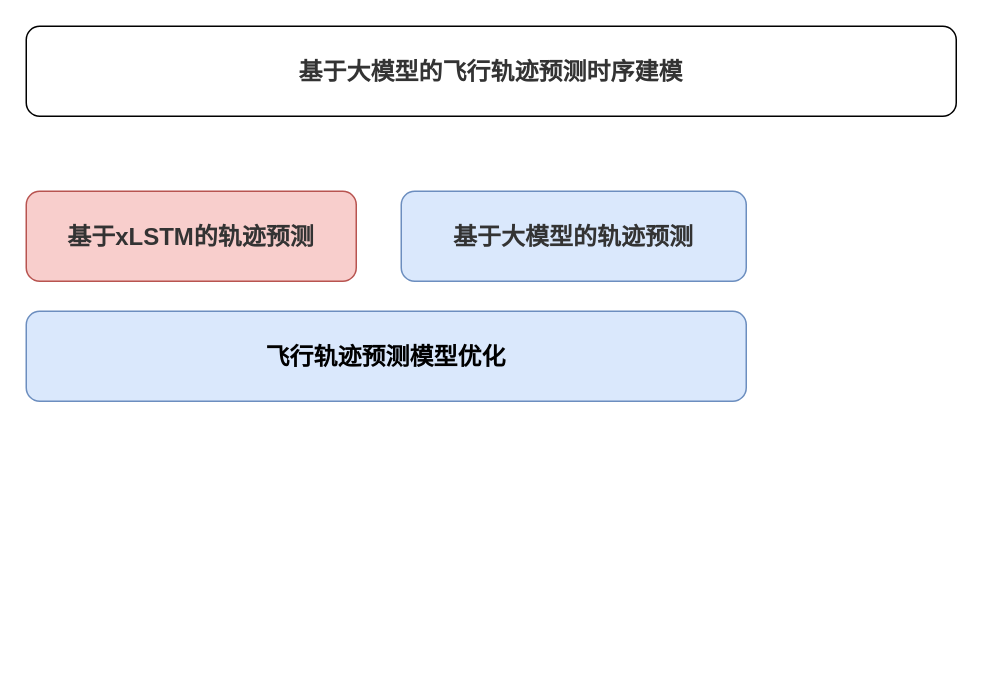
The draw.io diagram 未命名绘图.drawio in MMMayongtian/myDraw, before the edit. Source tidied: cells renumbered, new cells numbered last; positions are measured from the earlier drawing's top-left corner, leaving out a move shared by most shapes. Both pictures are drawn from the tidied source at 150%, with x=0, y=0 at pixel (26, 26).
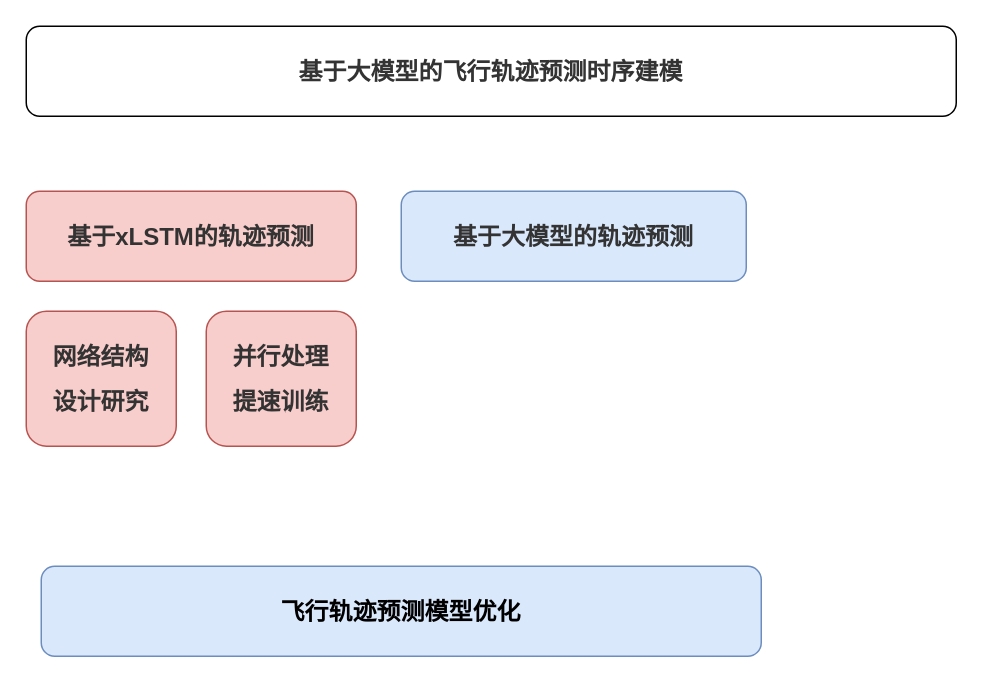
After the change.

Commit message (it also covers changes not shown here):
更新未命名绘图.drawio

Diff of the diagram source:
```diff
@@
 <mxGraphModel>
   <root>
     <mxCell id="0" />
     <mxCell id="1" parent="0" />
     <mxCell id="2" value="&lt;div style=&quot;font-size: medium; text-align: start;&quot;&gt;&lt;/div&gt;&lt;div style=&quot;font-size: medium; text-align: start;&quot; class=&quot;document&quot;&gt;&lt;div class=&quot;section&quot;&gt;&lt;p style=&quot;margin: 0pt; text-align: justify; font-family: 等线; font-size: 12pt; line-height: 22pt;&quot; class=&quot;paragraph text-align-type-justify&quot;&gt;&lt;span style=&quot;font-size: 12pt; font-family: 宋体; font-weight: bold; color: rgb(51, 51, 51); letter-spacing: 0pt; vertical-align: baseline;&quot;&gt;基于大模型的飞行轨迹预测时序建模&lt;/span&gt;&lt;/p&gt;&lt;/div&gt;&lt;/div&gt;" style="rounded=1;whiteSpace=wrap;html=1;" parent="1" vertex="1">
       <mxGeometry width="620" height="60" as="geometry" />
     </mxCell>
     <mxCell id="3" value="&lt;div style=&quot;font-size: medium; text-align: start;&quot;&gt;&lt;/div&gt;&lt;div style=&quot;font-size: medium; text-align: start;&quot; class=&quot;document&quot;&gt;&lt;div class=&quot;section&quot;&gt;&lt;p style=&quot;margin: 0pt; text-align: justify; font-family: 等线; font-size: 12pt; line-height: 22pt;&quot; class=&quot;paragraph text-align-type-justify&quot;&gt;&lt;span style=&quot;font-size: 12pt; font-family: 宋体; font-weight: bold; color: rgb(51, 51, 51); background-image: initial; background-position: initial; background-size: initial; background-repeat: initial; background-attachment: initial; background-origin: initial; background-clip: initial; letter-spacing: 0pt; vertical-align: baseline;&quot;&gt;基于xLSTM的轨迹预测&lt;/span&gt;&lt;/p&gt;&lt;/div&gt;&lt;/div&gt;" style="rounded=1;whiteSpace=wrap;html=1;fillColor=#f8cecc;strokeColor=#b85450;" parent="1" vertex="1">
       <mxGeometry y="110" width="220" height="60" as="geometry" />
     </mxCell>
     <mxCell id="4" value="&lt;span style=&quot;color: rgb(51, 51, 51); font-family: 宋体; font-size: 16px; font-weight: 700; text-align: justify;&quot;&gt;基于大模型的轨迹预测&lt;/span&gt;" style="rounded=1;whiteSpace=wrap;html=1;fillColor=#dae8fc;strokeColor=#6c8ebf;" parent="1" vertex="1">
       <mxGeometry x="250" y="110" width="230" height="60" as="geometry" />
     </mxCell>
     <mxCell id="5" value="&lt;div style=&quot;font-size: medium; text-align: start;&quot;&gt;&lt;/div&gt;&lt;div style=&quot;font-size: medium; text-align: start;&quot; class=&quot;document&quot;&gt;&lt;div class=&quot;section&quot;&gt;&lt;p style=&quot;margin: 0pt; text-align: justify; font-family: 等线; font-size: 12pt; line-height: 22pt;&quot; class=&quot;paragraph text-align-type-justify&quot;&gt;&lt;span style=&quot;font-size: 12pt; font-family: 宋体; font-weight: bold; letter-spacing: 0pt; vertical-align: baseline;&quot;&gt;飞行轨迹预测模型优化&lt;/span&gt;&lt;/p&gt;&lt;/div&gt;&lt;/div&gt;" style="rounded=1;whiteSpace=wrap;html=1;fillColor=#dae8fc;strokeColor=#6c8ebf;" parent="1" vertex="1">
-      <mxGeometry y="190" width="480" height="60" as="geometry" />
+      <mxGeometry x="10" y="360" width="480" height="60" as="geometry" />
     </mxCell>
+    <mxCell id="6" value="&lt;div style=&quot;font-size: medium; text-align: start;&quot;&gt;&lt;/div&gt;&lt;div style=&quot;font-size: medium; text-align: start;&quot; class=&quot;document&quot;&gt;&lt;div class=&quot;section&quot;&gt;&lt;p style=&quot;margin: 0pt; text-align: justify; font-size: 12pt; line-height: 22pt;&quot; class=&quot;paragraph text-align-type-justify&quot;&gt;&lt;font face=&quot;宋体&quot; color=&quot;#333333&quot;&gt;&lt;b&gt;网络结构&lt;/b&gt;&lt;/font&gt;&lt;/p&gt;&lt;p style=&quot;margin: 0pt; text-align: justify; font-size: 12pt; line-height: 22pt;&quot; class=&quot;paragraph text-align-type-justify&quot;&gt;&lt;font face=&quot;宋体&quot; color=&quot;#333333&quot;&gt;&lt;b&gt;设计研究&lt;/b&gt;&lt;/font&gt;&lt;/p&gt;&lt;/div&gt;&lt;/div&gt;" style="rounded=1;whiteSpace=wrap;html=1;fillColor=#f8cecc;strokeColor=#b85450;" parent="1" vertex="1">
+      <mxGeometry y="190" width="100" height="90" as="geometry" />
+    </mxCell>
+    <mxCell id="7" value="&lt;div style=&quot;font-size: medium; text-align: start;&quot;&gt;&lt;/div&gt;&lt;div style=&quot;font-size: medium; text-align: start;&quot; class=&quot;document&quot;&gt;&lt;div class=&quot;section&quot;&gt;&lt;p style=&quot;margin: 0pt; text-align: justify; font-size: 12pt; line-height: 22pt;&quot; class=&quot;paragraph text-align-type-justify&quot;&gt;&lt;font face=&quot;宋体&quot; color=&quot;#333333&quot;&gt;&lt;b&gt;并行处理&lt;/b&gt;&lt;/font&gt;&lt;/p&gt;&lt;p style=&quot;margin: 0pt; text-align: justify; font-size: 12pt; line-height: 22pt;&quot; class=&quot;paragraph text-align-type-justify&quot;&gt;&lt;font face=&quot;宋体&quot; color=&quot;#333333&quot;&gt;&lt;b&gt;提速训练&lt;/b&gt;&lt;/font&gt;&lt;/p&gt;&lt;/div&gt;&lt;/div&gt;" style="rounded=1;whiteSpace=wrap;html=1;fillColor=#f8cecc;strokeColor=#b85450;" parent="1" vertex="1">
+      <mxGeometry x="120" y="190" width="100" height="90" as="geometry" />
+    </mxCell>
   </root>
 </mxGraphModel>
```
